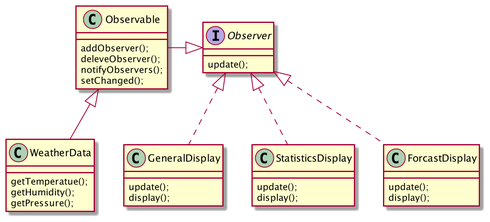
Earlier version of the PlantUML export observer-pattern/uml/ObserverPattern-java.png (ye-geeee/headfirst-designpattern-practice).
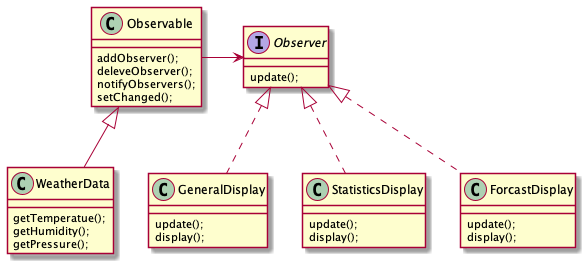
After the commit.

What changed in the source:
```diff
@@ -33,7 +33,7 @@
 }
 
 Observable <|-- WeatherData
-Observable -|> Observer
+Observable -> Observer
 Observer <|.. GeneralDisplay
 Observer <|.. StatisticsDisplay
 Observer <|.. ForcastDisplay
```
